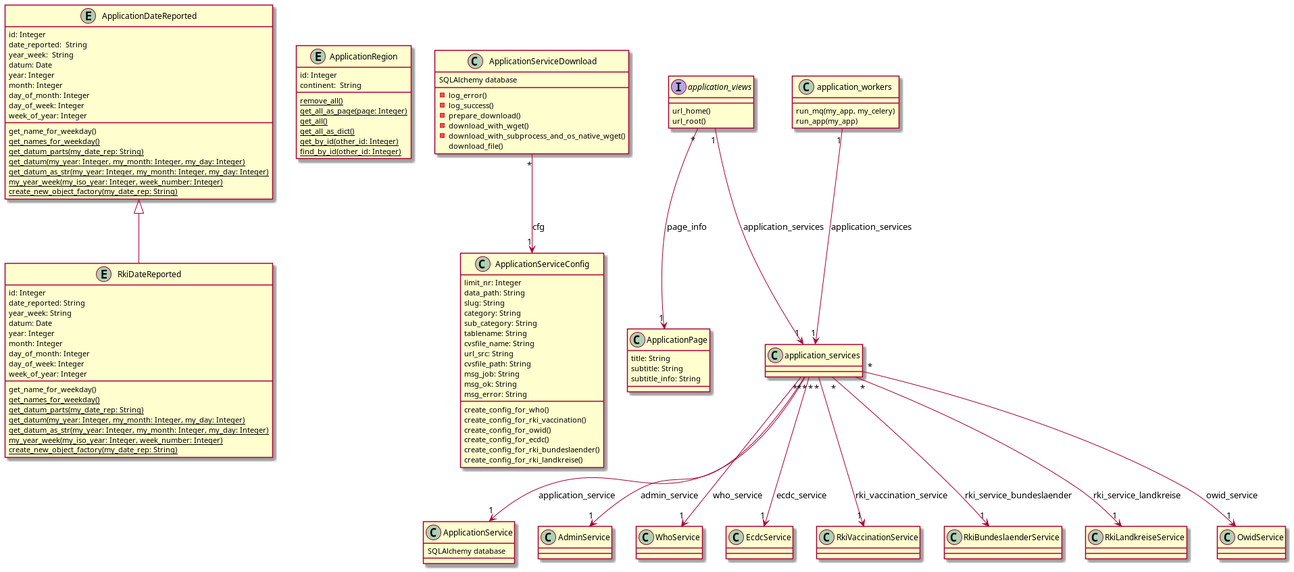
The PlantUML diagram docs/uml_blueprints/application/application_domain_model.png in thomaswoehlke/covid19python, before a commit.
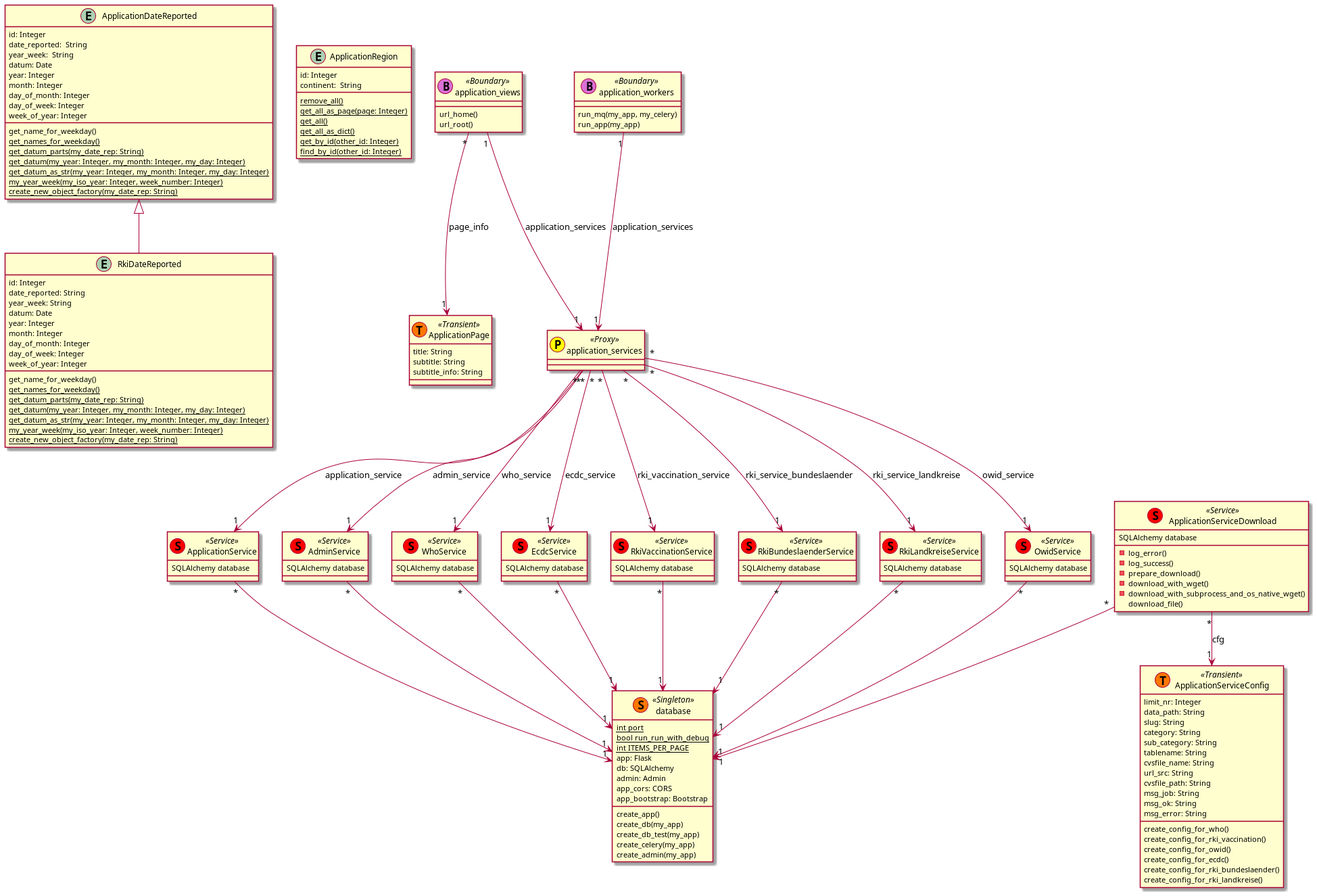
The same diagram one commit later.

Diff of the diagram source:
```diff
@@ -27,15 +27,30 @@
     {classifier} get_by_id(other_id: Integer)
     {classifier} find_by_id(other_id: Integer)
 }
-class ApplicationServiceDownload {
-	-log_error()
-	-log_success()
-	-prepare_download()
-	-download_with_wget()
-	-download_with_subprocess_and_os_native_wget()
-	download_file()
+entity RkiDateReported {
+    id: Integer
+	date_reported: String
+    year_week: String
+    datum: Date
+    year: Integer
+    month: Integer
+    day_of_month: Integer
+    day_of_week: Integer
+    week_of_year: Integer
+	get_name_for_weekday()
+	{classifier} get_names_for_weekday()
+	{classifier} get_datum_parts(my_date_rep: String)
+	{classifier} get_datum(my_year: Integer, my_month: Integer, my_day: Integer)
+	{classifier} get_datum_as_str(my_year: Integer, my_month: Integer, my_day: Integer)
+	{classifier} my_year_week(my_iso_year: Integer, week_number: Integer)
+	{classifier} create_new_object_factory(my_date_rep: String)
 }
-class ApplicationServiceConfig {
+class ApplicationPage << (T,#FF7700) Transient >> {
+	title: String
+	subtitle: String
+	subtitle_info: String
+}
+class ApplicationServiceConfig << (T,#FF7700) Transient >> {
 	limit_nr: Integer
     data_path: String
     slug: String
@@ -55,45 +70,64 @@
 	create_config_for_rki_bundeslaender()
 	create_config_for_rki_landkreise()
 }
-entity RkiDateReported {
-    id: Integer
-	date_reported: String
-    year_week: String
-    datum: Date
-    year: Integer
-    month: Integer
-    day_of_month: Integer
-    day_of_week: Integer
-    week_of_year: Integer
-	get_name_for_weekday()
-	{classifier} get_names_for_weekday()
-	{classifier} get_datum_parts(my_date_rep: String)
-	{classifier} get_datum(my_year: Integer, my_month: Integer, my_day: Integer)
-	{classifier} get_datum_as_str(my_year: Integer, my_month: Integer, my_day: Integer)
-	{classifier} my_year_week(my_iso_year: Integer, week_number: Integer)
-	{classifier} create_new_object_factory(my_date_rep: String)
+class ApplicationServiceDownload << (S,red) Service >> {
+	-log_error()
+	-log_success()
+	-prepare_download()
+	-download_with_wget()
+	-download_with_subprocess_and_os_native_wget()
+	download_file()
 }
-class ApplicationPage {
-	title: String
-	subtitle: String
-	subtitle_info: String
+class database << (S,#FF7700) Singleton >> {
+	{static} int port
+	{static} bool run_run_with_debug
+	{static} int ITEMS_PER_PAGE
+	app: Flask
+	db: SQLAlchemy
+	admin: Admin
+	app_cors: CORS
+	app_bootstrap: Bootstrap
+	create_app()
+	create_db(my_app)
+	create_db_test(my_app)
+	create_celery(my_app)
+	create_admin(my_app)
 }
-class ApplicationService {
-
-}
-class application_services {
-
-}
-class application_workers {
+class application_workers << (B,orchid) Boundary >> {
 	run_mq(my_app, my_celery)
 	run_app(my_app)
 }
-interface application_views {
+class application_views << (B,orchid) Boundary >> {
 	url_home()
 	url_root()
 }
-ApplicationService : SQLAlchemy database
-ApplicationServiceDownload : SQLAlchemy database
+class application_services << (P,yellow) Proxy >> {
+
+}
+class ApplicationService << (S,red) Service >> {
+
+}
+class AdminService << (S,red) Service >> {
+
+}
+class WhoService << (S,red) Service >> {
+
+}
+class EcdcService << (S,red) Service >> {
+
+}
+class RkiVaccinationService << (S,red) Service >> {
+
+}
+class RkiBundeslaenderService << (S,red) Service >> {
+
+}
+class RkiLandkreiseService << (S,red) Service >> {
+
+}
+class OwidService << (S,red) Service >> {
+
+}
 ApplicationDateReported <|-- RkiDateReported
 ApplicationServiceDownload "*" --> "1"  ApplicationServiceConfig: cfg
 application_workers "1" --> "1" application_services: application_services
@@ -107,5 +141,22 @@
 application_services "*" --> "1" RkiBundeslaenderService: rki_service_bundeslaender
 application_services "*" --> "1" RkiLandkreiseService: rki_service_landkreise
 application_services "*" --> "1" OwidService: owid_service
-
+ApplicationService "*" --> "1" database
+ApplicationServiceDownload "*" --> "1" database
+AdminService "*" --> "1" database
+WhoService "*" --> "1" database
+EcdcService "*" --> "1" database
+RkiBundeslaenderService "*" --> "1" database
+RkiLandkreiseService "*" --> "1" database
+RkiVaccinationService "*" --> "1" database
+OwidService "*" --> "1" database
+ApplicationService : SQLAlchemy database
+ApplicationServiceDownload : SQLAlchemy database
+AdminService : SQLAlchemy database
+WhoService : SQLAlchemy database
+EcdcService : SQLAlchemy database
+RkiBundeslaenderService : SQLAlchemy database
+RkiLandkreiseService : SQLAlchemy database
+RkiVaccinationService : SQLAlchemy database
+OwidService : SQLAlchemy database
 @enduml
```
